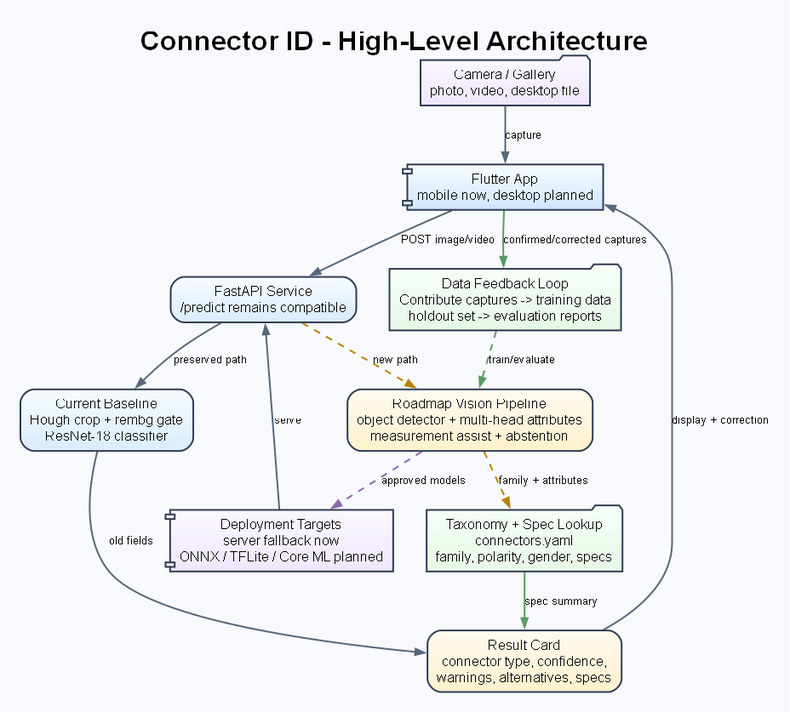
probably-on-fire/hotdogornot keeps this Graphviz diagram as docs/README_ARCHITECTURE.png. Above is the earlier version. Its source is kept beside it as docs/README_ARCHITECTURE.dot. Its diagram source:
```dot
digraph ConnectorIDReadmeArchitecture {
  graph [
    label="Connector ID - High-Level Architecture";
    labelloc=t;
    fontsize=24;
    fontname="Arial Bold";
    bgcolor="#f7f9fc";
    pad=0.25;
    rankdir=TB;
    ranksep=0.55;
    nodesep=0.40;
    splines=spline;
    outputorder=edgesfirst;
  ];

  node [
    shape=box;
    style="rounded,filled";
    fontname="Arial";
    fontsize=12;
    margin="0.12,0.08";
    color="#2f3b52";
    penwidth=1.5;
  ];

  edge [
    fontname="Arial";
    fontsize=10;
    color="#56677a";
    arrowsize=0.8;
    penwidth=1.5;
  ];

  camera [
    label="Camera / Gallery\nphoto, video, desktop file";
    shape=folder;
    fillcolor="#efe6ff:#fbf8ff";
    gradientangle=90;
  ];

  app [
    label="Flutter App\nmobile now, desktop planned";
    shape=component;
    fillcolor="#cfe6ff:#f8fbff";
    gradientangle=90;
  ];

  api [
    label="FastAPI Service\n/predict remains compatible";
    fillcolor="#d9ecff:#f7fbff";
    gradientangle=90;
  ];

  current [
    label="Current Baseline\nHough crop + rembg gate\nResNet-18 classifier";
    fillcolor="#d9ecff:#f7fbff";
    gradientangle=90;
  ];

  planned [
    label="Roadmap Vision Pipeline\nobject detector + multi-head attributes\nmeasurement assist + abstention";
    fillcolor="#fff1cc:#fffaf0";
    gradientangle=90;
  ];

  specs [
    label="Taxonomy + Spec Lookup\nconnectors.yaml\nfamily, polarity, gender, specs";
    shape=folder;
    fillcolor="#e5f7e7:#f8fff8";
    gradientangle=90;
  ];

  result [
    label="Result Card\nconnector type, confidence,\nwarnings, alternatives, specs";
    fillcolor="#fff1cc:#fffaf0";
    gradientangle=90;
  ];

  feedback [
    label="Data Feedback Loop\nContribute captures -> training data\nholdout set -> evaluation reports";
    shape=folder;
    fillcolor="#e5f7e7:#f8fff8";
    gradientangle=90;
  ];

  deploy [
    label="Deployment Targets\nserver fallback now\nONNX / TFLite / Core ML planned";
    shape=component;
    fillcolor="#efe6ff:#fbf8ff";
    gradientangle=90;
  ];

  { rank=same; current; planned; }

  camera -> app [label="capture"];
  app -> api [label="POST image/video"];
  api -> current [label="preserved path"];
  api -> planned [label="new path", style=dashed, color="#b98200"];
  current -> result [label="old fields"];
  planned -> specs [label="family + attributes", style=dashed, color="#b98200"];
  specs -> result [label="spec summary", color="#5a9b62"];
  result -> app [label="display + correction"];
  app -> feedback [label="confirmed/corrected captures", color="#5a9b62"];
  feedback -> planned [label="train/evaluate", style=dashed, color="#5a9b62"];
  planned -> deploy [label="approved models", style=dashed, color="#8c67aa"];
  deploy -> api [label="serve"];
}
```
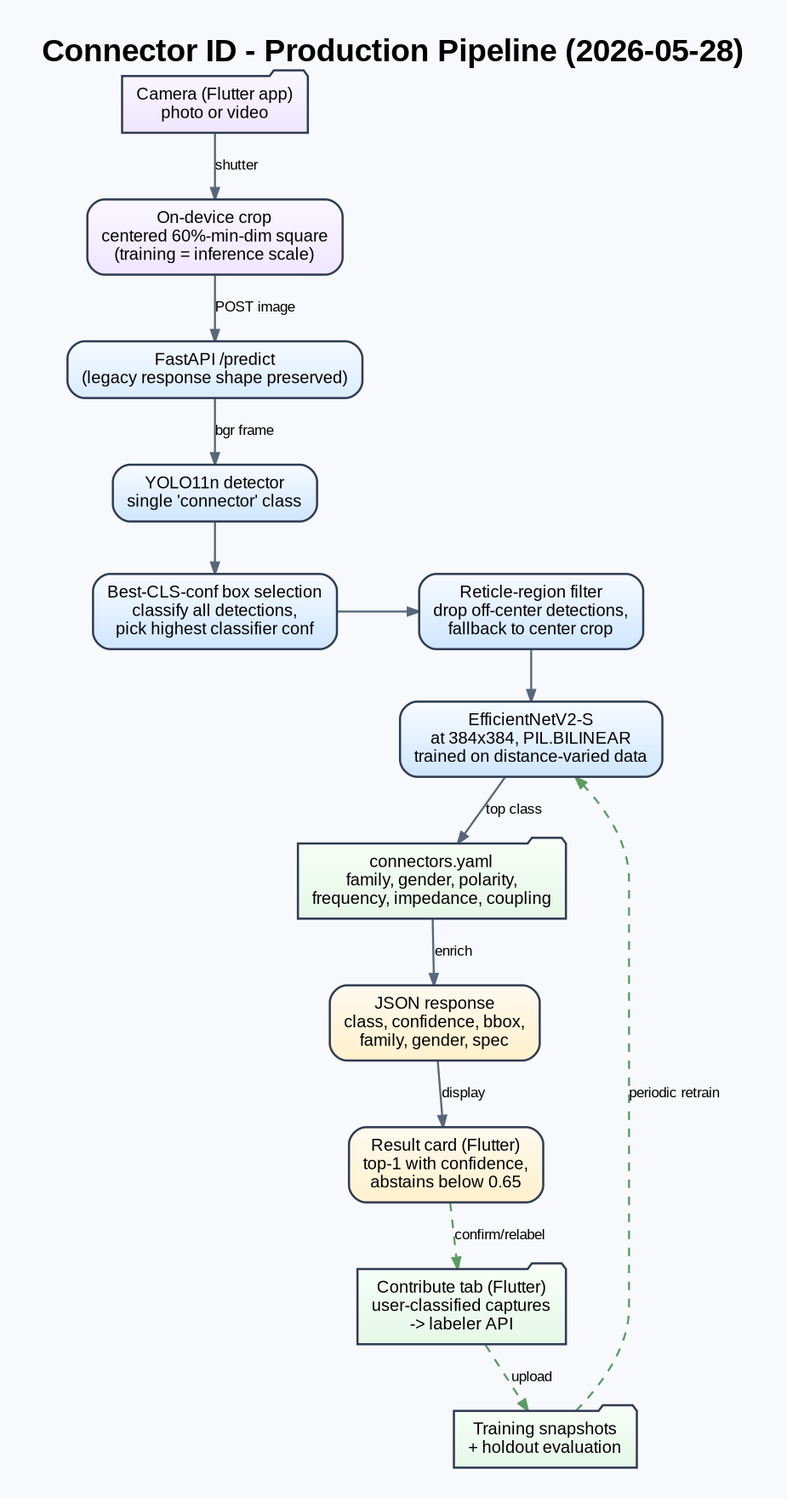
After the commit.

Diff of the diagram source:
```diff
@@ -1,14 +1,14 @@
 digraph ConnectorIDReadmeArchitecture {
   graph [
-    label="Connector ID - High-Level Architecture";
+    label="Connector ID - Production Pipeline (2026-05-28)";
     labelloc=t;
-    fontsize=24;
+    fontsize=22;
     fontname="Arial Bold";
     bgcolor="#f7f9fc";
-    pad=0.25;
+    pad=0.3;
     rankdir=TB;
-    ranksep=0.55;
-    nodesep=0.40;
+    ranksep=0.5;
+    nodesep=0.4;
     splines=spline;
     outputorder=edgesfirst;
   ];
@@ -18,7 +18,7 @@
     style="rounded,filled";
     fontname="Arial";
     fontsize=12;
-    margin="0.12,0.08";
+    margin="0.14,0.10";
     color="#2f3b52";
     penwidth=1.5;
   ];
@@ -28,80 +28,97 @@
     fontsize=10;
     color="#56677a";
     arrowsize=0.8;
-    penwidth=1.5;
+    penwidth=1.4;
   ];
 
   camera [
-    label="Camera / Gallery\nphoto, video, desktop file";
+    label="Camera (Flutter app)\nphoto or video";
     shape=folder;
     fillcolor="#efe6ff:#fbf8ff";
     gradientangle=90;
   ];
 
-  app [
-    label="Flutter App\nmobile now, desktop planned";
-    shape=component;
+  reticle [
+    label="On-device crop\ncentered 60%-min-dim square\n(training = inference scale)";
+    fillcolor="#efe6ff:#fbf8ff";
+    gradientangle=90;
+  ];
+
+  api [
+    label="FastAPI /predict\n(legacy response shape preserved)";
+    fillcolor="#d9ecff:#f7fbff";
+    gradientangle=90;
+  ];
+
+  detector [
+    label="YOLO11n detector\nsingle 'connector' class";
     fillcolor="#cfe6ff:#f8fbff";
     gradientangle=90;
   ];
 
-  api [
-    label="FastAPI Service\n/predict remains compatible";
-    fillcolor="#d9ecff:#f7fbff";
+  bestbox [
+    label="Best-CLS-conf box selection\nclassify all detections,\npick highest classifier conf";
+    fillcolor="#cfe6ff:#f8fbff";
     gradientangle=90;
   ];
 
-  current [
-    label="Current Baseline\nHough crop + rembg gate\nResNet-18 classifier";
-    fillcolor="#d9ecff:#f7fbff";
+  reticlefilter [
+    label="Reticle-region filter\ndrop off-center detections,\nfallback to center crop";
+    fillcolor="#cfe6ff:#f8fbff";
     gradientangle=90;
   ];
 
-  planned [
-    label="Roadmap Vision Pipeline\nobject detector + multi-head attributes\nmeasurement assist + abstention";
-    fillcolor="#fff1cc:#fffaf0";
+  classifier [
+    label="EfficientNetV2-S\nat 384x384, PIL.BILINEAR\ntrained on distance-varied data";
+    fillcolor="#cfe6ff:#f8fbff";
     gradientangle=90;
   ];
 
   specs [
-    label="Taxonomy + Spec Lookup\nconnectors.yaml\nfamily, polarity, gender, specs";
+    label="connectors.yaml\nfamily, gender, polarity,\nfrequency, impedance, coupling";
     shape=folder;
     fillcolor="#e5f7e7:#f8fff8";
     gradientangle=90;
   ];
 
-  result [
-    label="Result Card\nconnector type, confidence,\nwarnings, alternatives, specs";
+  response [
+    label="JSON response\nclass, confidence, bbox,\nfamily, gender, spec";
     fillcolor="#fff1cc:#fffaf0";
     gradientangle=90;
   ];
 
-  feedback [
-    label="Data Feedback Loop\nContribute captures -> training data\nholdout set -> evaluation reports";
+  result [
+    label="Result card (Flutter)\ntop-1 with confidence,\nabstains below 0.65";
+    fillcolor="#fff1cc:#fffaf0";
+    gradientangle=90;
+  ];
+
+  contribute [
+    label="Contribute tab (Flutter)\nuser-classified captures\n-> labeler API";
     shape=folder;
     fillcolor="#e5f7e7:#f8fff8";
     gradientangle=90;
   ];
 
-  deploy [
-    label="Deployment Targets\nserver fallback now\nONNX / TFLite / Core ML planned";
-    shape=component;
-    fillcolor="#efe6ff:#fbf8ff";
+  train [
+    label="Training snapshots\n+ holdout evaluation";
+    shape=folder;
+    fillcolor="#e5f7e7:#f8fff8";
     gradientangle=90;
   ];
 
-  { rank=same; current; planned; }
+  camera -> reticle [label="shutter"];
+  reticle -> api [label="POST image"];
+  api -> detector [label="bgr frame"];
+  detector -> bestbox;
+  bestbox -> reticlefilter;
+  reticlefilter -> classifier;
+  classifier -> specs [label="top class"];
+  specs -> response [label="enrich"];
+  response -> result [label="display"];
+  result -> contribute [label="confirm/relabel", style=dashed, color="#5a9b62"];
+  contribute -> train [label="upload", style=dashed, color="#5a9b62"];
+  train -> classifier [label="periodic retrain", style=dashed, color="#5a9b62"];
 
-  camera -> app [label="capture"];
-  app -> api [label="POST image/video"];
-  api -> current [label="preserved path"];
-  api -> planned [label="new path", style=dashed, color="#b98200"];
-  current -> result [label="old fields"];
-  planned -> specs [label="family + attributes", style=dashed, color="#b98200"];
-  specs -> result [label="spec summary", color="#5a9b62"];
-  result -> app [label="display + correction"];
-  app -> feedback [label="confirmed/corrected captures", color="#5a9b62"];
-  feedback -> planned [label="train/evaluate", style=dashed, color="#5a9b62"];
-  planned -> deploy [label="approved models", style=dashed, color="#8c67aa"];
-  deploy -> api [label="serve"];
+  { rank=same; bestbox; reticlefilter; }
 }
```
